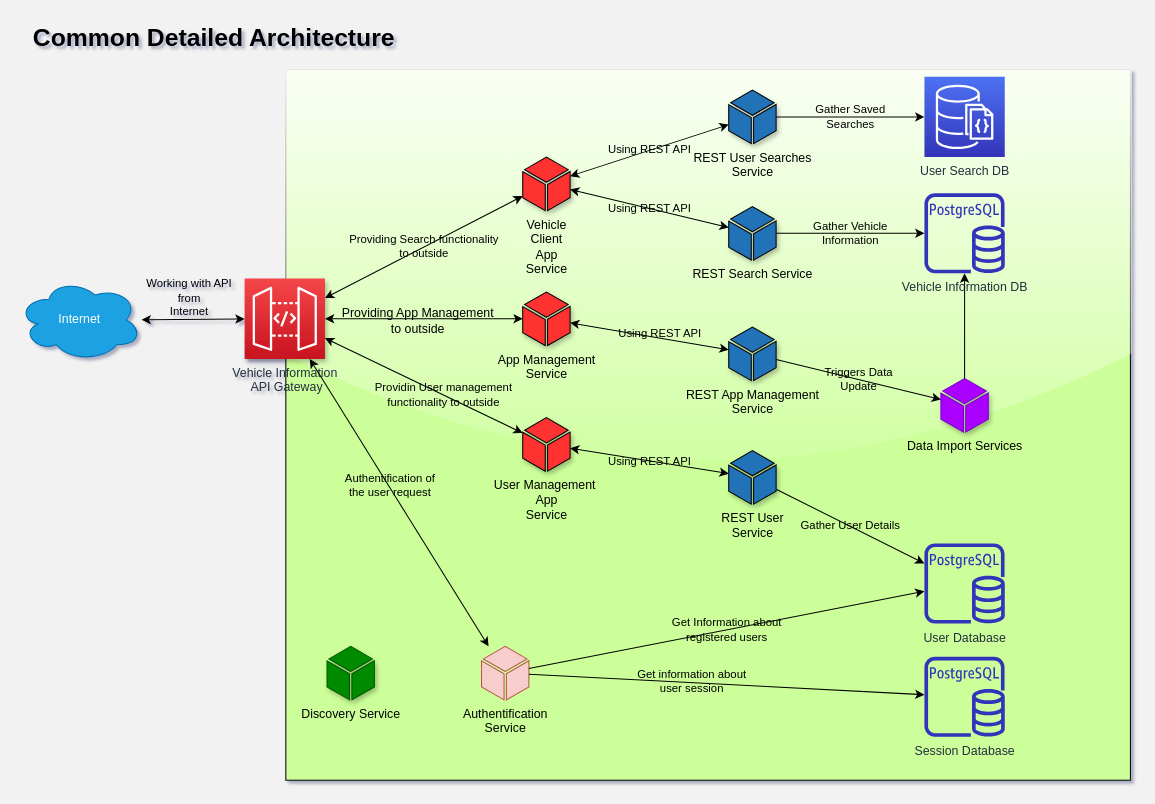
Earlier version of the draw.io diagram page "Common Detailed Architecture" (2 of 3) of Documentation/Diagrams/Arch_General.drawio (sanyokkua/vehicle-info-ua). Source tidied: cells renumbered, new cells numbered last; positions are measured from the earlier drawing's top-left corner, leaving out a move shared by most shapes. Both pictures are drawn from the tidied source at 103%, with x=0, y=0 at pixel (18, 18).
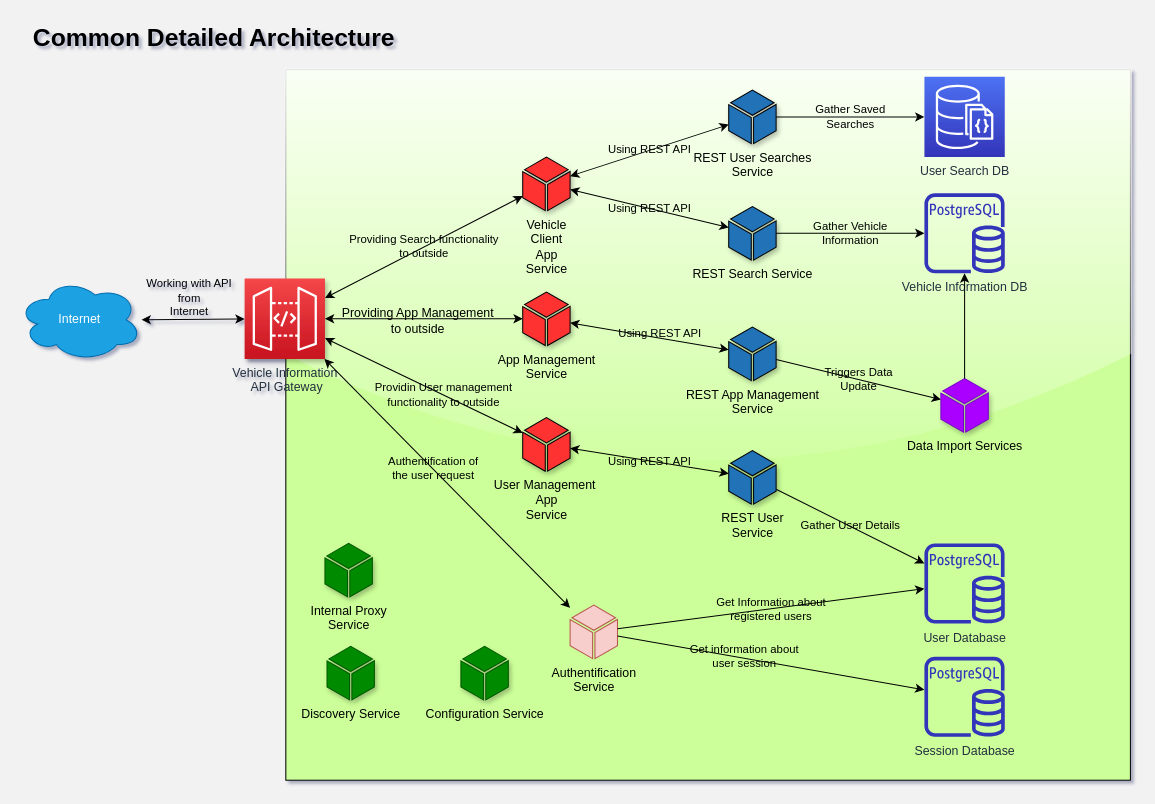
Above is the later version.

The edit, as a diff of the source:
```diff
@@
     <mxCell id="6" value="Authentification &lt;br&gt;Service" style="shadow=0;dashed=0;html=1;strokeColor=#b85450;labelPosition=center;verticalLabelPosition=bottom;verticalAlign=top;outlineConnect=0;align=center;shape=mxgraph.office.concepts.node_generic;fillColor=#f8cecc;" parent="1" vertex="1">
-      <mxGeometry x="450" y="610" width="46" height="52" as="geometry" />
+      <mxGeometry x="536" y="570" width="46" height="52" as="geometry" />
     </mxCell>
@@
+    <mxCell id="42" value="Internal Proxy&lt;br&gt;Service" style="shadow=1;dashed=0;html=1;strokeColor=#005700;labelPosition=center;verticalLabelPosition=bottom;verticalAlign=top;align=center;shape=mxgraph.office.concepts.node_generic;fillColor=#008a00;fontColor=#000000;" parent="1" vertex="1">
+      <mxGeometry x="298" y="510" width="46" height="52" as="geometry" />
+    </mxCell>
+    <mxCell id="43" value="Configuration Service" style="shadow=1;dashed=0;html=1;strokeColor=#005700;labelPosition=center;verticalLabelPosition=bottom;verticalAlign=top;align=center;shape=mxgraph.office.concepts.node_generic;fillColor=#008a00;fontColor=#000000;" parent="1" vertex="1">
+      <mxGeometry x="430" y="610" width="46" height="52" as="geometry" />
+    </mxCell>
```
